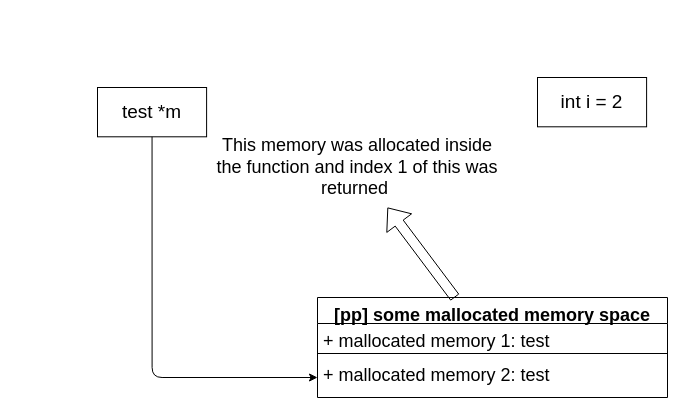
eternalstudy30112004/DSALab keeps this draw.io diagram as Assignments/5/drawings/Q4.drawio. Above is the earlier version. Source tidied: cells renumbered, new cells numbered last; positions are measured from the earlier drawing's top-left corner, leaving out a move shared by most shapes. Both pictures are drawn from the tidied source at 100%, with x=0, y=0 at pixel (97, 77).
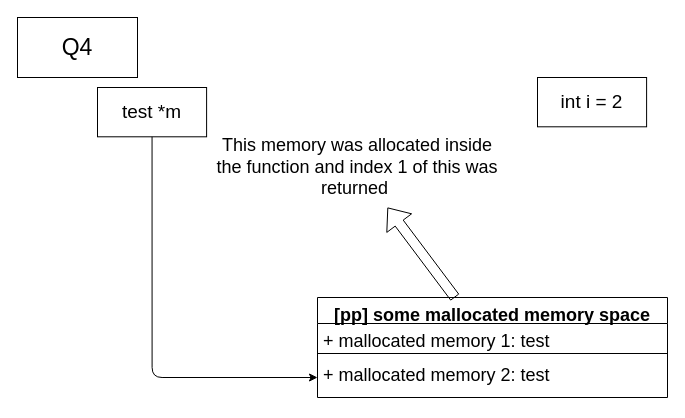
After the change.

Diff of the diagram source:
```diff
@@
 <mxGraphModel>
   <root>
     <mxCell id="0" />
     <mxCell id="1" parent="0" />
     <mxCell id="2" value="test *m" style="rounded=0;whiteSpace=wrap;html=1;fontSize=19;" parent="1" vertex="1">
       <mxGeometry y="10" width="109.1" height="49.3" as="geometry" />
     </mxCell>
     <mxCell id="3" value="int i = 2" style="rounded=0;whiteSpace=wrap;html=1;fontSize=19;" parent="1" vertex="1">
       <mxGeometry x="440" width="109.1" height="49.3" as="geometry" />
     </mxCell>
     <mxCell id="4" value="[pp] some mallocated memory space" style="swimlane;fontStyle=1;align=center;verticalAlign=top;horizontal=1;startSize=26;fontSize=18;" parent="1" vertex="1">
       <mxGeometry x="220" y="220" width="350" height="100" as="geometry" />
     </mxCell>
     <mxCell id="5" value="+ mallocated memory 1: test" style="text;strokeColor=none;fillColor=none;align=left;verticalAlign=top;spacingLeft=4;spacingRight=4;overflow=hidden;fontSize=18;" parent="4" vertex="1">
       <mxGeometry y="26" width="350" height="26" as="geometry" />
     </mxCell>
     <mxCell id="6" style="line;strokeWidth=1;fillColor=none;align=left;verticalAlign=middle;spacingTop=-1;spacingLeft=3;spacingRight=3;labelPosition=right;strokeColor=inherit;fontSize=18;" parent="4" vertex="1">
       <mxGeometry y="52" width="350" height="8" as="geometry" />
     </mxCell>
     <mxCell id="7" value="+ mallocated memory 2: test" style="text;strokeColor=none;fillColor=none;align=left;verticalAlign=top;spacingLeft=4;spacingRight=4;overflow=hidden;points=[[0,0.5],[1,0.5]];portConstraint=eastwest;fontSize=18;" parent="4" vertex="1">
       <mxGeometry y="60" width="350" height="40" as="geometry" />
     </mxCell>
     <mxCell id="8" style="endArrow=classic;html=1;fontSize=18;entryX=0;entryY=0.5;entryDx=0;entryDy=0;exitX=0.5;exitY=1;exitDx=0;exitDy=0;edgeStyle=orthogonalEdgeStyle;" parent="1" edge="1" source="2" target="7">
       <mxGeometry relative="1" as="geometry" />
     </mxCell>
     <mxCell id="9" style="shape=flexArrow;endArrow=classic;html=1;fontSize=18;" parent="1" edge="1" source="4" target="10">
       <mxGeometry relative="1" as="geometry" />
     </mxCell>
     <mxCell id="10" value="This memory was allocated inside the function and index 1 of this was returned&amp;nbsp;" style="text;html=1;strokeColor=none;fillColor=none;align=center;verticalAlign=middle;whiteSpace=wrap;rounded=0;fontSize=18;" parent="1" vertex="1">
       <mxGeometry x="110" y="50" width="300" height="80" as="geometry" />
     </mxCell>
+    <mxCell id="11" value="&lt;font style=&quot;font-size: 23px;&quot;&gt;Q4&lt;/font&gt;" style="rounded=0;whiteSpace=wrap;html=1;" parent="1" vertex="1">
+      <mxGeometry x="-80" y="-60" width="120" height="60" as="geometry" />
+    </mxCell>
   </root>
 </mxGraphModel>
```
